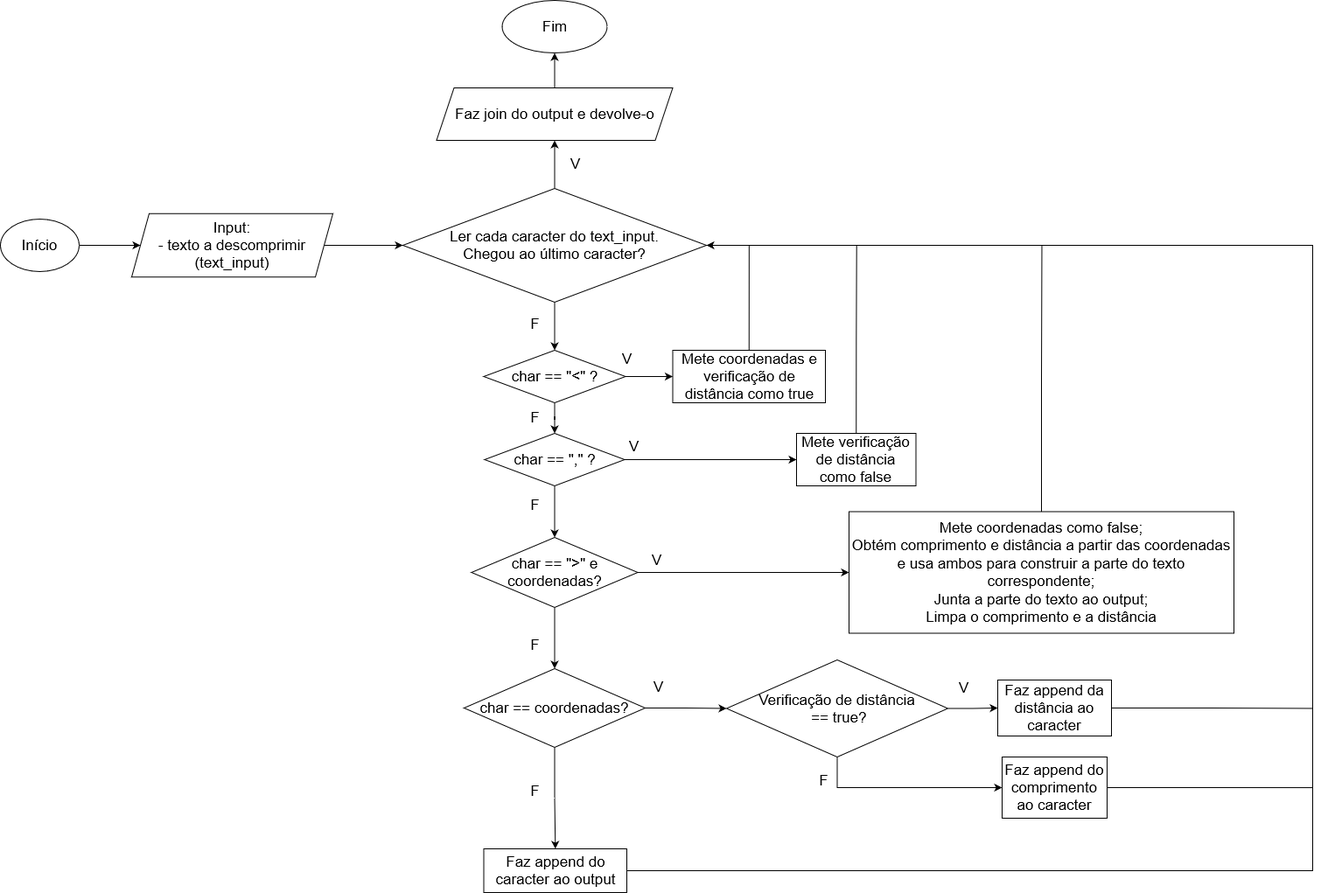
alexdyaz/PandaEncoder keeps this draw.io diagram as pzypProject/proj3decomp.drawio.png. Above is the earlier version. Source tidied: cells renumbered, new cells last; positions are measured from the earlier drawing's top-left corner, leaving out a move shared by most shapes.
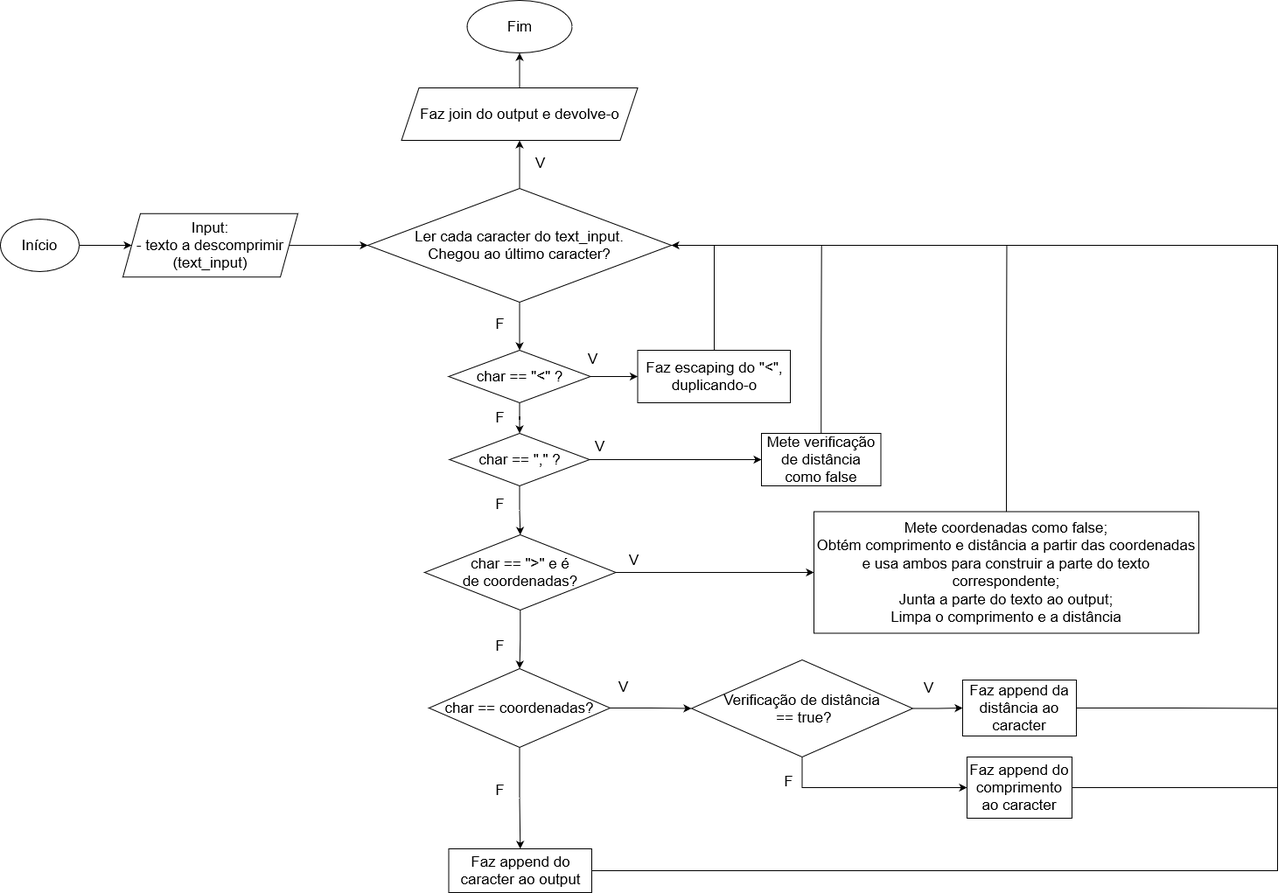
After the change.

Commit message:
Pequena correção no escaping

The edit, as a diff of the source:
```diff
@@ -3,7 +3,7 @@
     <mxCell id="0" />
     <mxCell id="1" parent="0" />
     <mxCell id="2" value="Início" style="ellipse;whiteSpace=wrap;html=1;fontSize=17;" parent="1" vertex="1">
-      <mxGeometry y="250" width="90" height="60" as="geometry" />
+      <mxGeometry x="40" y="250" width="90" height="60" as="geometry" />
     </mxCell>
     <mxCell id="3" style="endArrow=classic;html=1;rounded=0;fontSize=17;exitX=1;exitY=0.5;exitDx=0;exitDy=0;entryX=0;entryY=0.5;entryDx=0;entryDy=0;" parent="1" edge="1" source="2" target="5">
       <mxGeometry relative="1" as="geometry" />
@@ -12,7 +12,7 @@
       <mxGeometry relative="1" as="geometry" />
     </mxCell>
     <mxCell id="5" value="Input:&lt;br&gt;&lt;div&gt;- texto a descomprimir (text_input)&lt;br&gt;&lt;/div&gt;" style="shape=parallelogram;perimeter=parallelogramPerimeter;whiteSpace=wrap;html=1;fixedSize=1;fontSize=17;" parent="1" vertex="1">
-      <mxGeometry x="150" y="243.8" width="230" height="72.5" as="geometry" />
+      <mxGeometry x="180" y="243.8" width="200" height="72.5" as="geometry" />
     </mxCell>
     <mxCell id="6" value="F" style="edgeStyle=orthogonalEdgeStyle;rounded=0;jettySize=auto;html=1;fontSize=17;" parent="1" edge="1" source="7" target="10">
       <mxGeometry x="-0.09" y="-23" relative="1" as="geometry" />
@@ -44,8 +44,8 @@
     <mxCell id="15" value="V" style="edgeStyle=orthogonalEdgeStyle;rounded=0;jettySize=auto;html=1;fontSize=17;" parent="1" edge="1" source="16" target="25">
       <mxGeometry x="-0.82" y="14" relative="1" as="geometry" />
     </mxCell>
-    <mxCell id="16" value="char == &quot;&amp;gt;&quot; e coordenadas?" style="rhombus;whiteSpace=wrap;html=1;fontSize=17;" parent="1" vertex="1">
-      <mxGeometry x="538.5" y="614" width="190" height="80" as="geometry" />
+    <mxCell id="16" value="&lt;div&gt;char == &quot;&amp;gt;&quot; e é&lt;/div&gt;&lt;div&gt;de coordenadas?&lt;/div&gt;" style="rhombus;whiteSpace=wrap;html=1;fontSize=17;" parent="1" vertex="1">
+      <mxGeometry x="525" y="611" width="218.5" height="86" as="geometry" />
     </mxCell>
     <mxCell id="17" value="V" style="edgeStyle=orthogonalEdgeStyle;rounded=0;jettySize=auto;html=1;fontSize=17;" parent="1" edge="1" source="19" target="28">
       <mxGeometry x="-0.69" y="24" relative="1" as="geometry" />
@@ -64,7 +64,7 @@
         </Array>
       </mxGeometry>
     </mxCell>
-    <mxCell id="21" value="&lt;div&gt;Mete coordenadas e verificação de distância como true&lt;/div&gt;" style="whiteSpace=wrap;html=1;fontSize=17;" parent="1" vertex="1">
+    <mxCell id="21" value="Faz escaping do &quot;&amp;lt;&quot;, duplicando-o" style="whiteSpace=wrap;html=1;fontSize=17;" parent="1" vertex="1">
       <mxGeometry x="768.5" y="400" width="174.5" height="60" as="geometry" />
     </mxCell>
     <mxCell id="22" style="edgeStyle=orthogonalEdgeStyle;rounded=0;jettySize=auto;html=1;exitX=0.5;exitY=0;exitDx=0;exitDy=0;fontSize=17;endArrow=none;endFill=0;" parent="1" edge="1" source="23">
```
